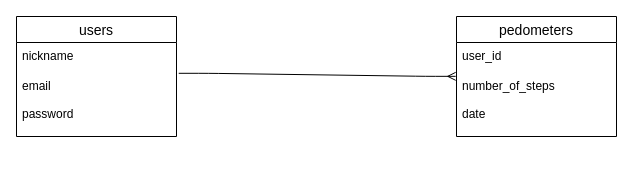
The draw.io diagram database.dio in shu-matsu09/walkaholic, before the edit. Source tidied: cells renumbered, new cells numbered last; positions are measured from the earlier drawing's top-left corner, leaving out a move shared by most shapes. Both pictures are drawn from the tidied source at 100%, with x=0, y=0 at pixel (16, 16).
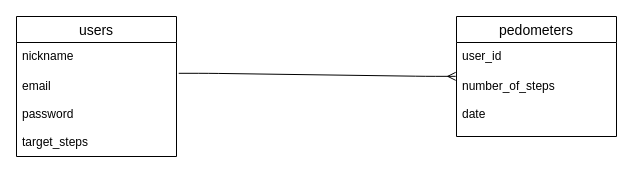
The same diagram, later.

Diff of the diagram source:
```diff
@@
 <mxGraphModel>
   <root>
     <mxCell id="0" />
     <mxCell id="1" parent="0" />
     <mxCell id="2" value="users" style="swimlane;fontStyle=0;horizontal=1;startSize=26;align=center;fontSize=14;rounded=0;sketch=0;" parent="1" vertex="1">
-      <mxGeometry width="160" height="120" as="geometry" />
+      <mxGeometry width="160" height="140" as="geometry" />
     </mxCell>
     <mxCell id="3" value="nickname" style="text;strokeColor=none;fillColor=none;spacingLeft=4;spacingRight=4;overflow=hidden;points=[[0,0.5],[1,0.5]];portConstraint=eastwest;fontSize=12;" parent="2" vertex="1">
       <mxGeometry y="26" width="160" height="30" as="geometry" />
     </mxCell>
-    <mxCell id="4" value="email&#10;&#10;password" style="text;strokeColor=none;fillColor=none;spacingLeft=4;spacingRight=4;overflow=hidden;fontSize=12;" parent="2" vertex="1">
-      <mxGeometry y="56" width="160" height="64" as="geometry" />
+    <mxCell id="4" value="email&#10;&#10;password&#10;&#10;target_steps" style="text;strokeColor=none;fillColor=none;spacingLeft=4;spacingRight=4;overflow=hidden;fontSize=12;" parent="2" vertex="1">
+      <mxGeometry y="56" width="160" height="84" as="geometry" />
     </mxCell>
     <mxCell id="5" value="pedometers" style="swimlane;fontStyle=0;horizontal=1;startSize=26;align=center;fontSize=14;rounded=0;sketch=0;" parent="1" vertex="1">
       <mxGeometry x="440" width="160" height="120" as="geometry" />
     </mxCell>
     <mxCell id="6" value="user_id" style="text;strokeColor=none;fillColor=none;spacingLeft=4;spacingRight=4;overflow=hidden;fontSize=12;" parent="5" vertex="1">
       <mxGeometry y="26" width="160" height="30" as="geometry" />
     </mxCell>
     <mxCell id="7" value="number_of_steps&#10;&#10;date" style="text;strokeColor=none;fillColor=none;spacingLeft=4;spacingRight=4;overflow=hidden;points=[[0,0.5],[1,0.5]];portConstraint=eastwest;fontSize=12;" parent="5" vertex="1">
       <mxGeometry y="56" width="160" height="64" as="geometry" />
     </mxCell>
     <mxCell id="8" style="edgeStyle=entityRelationEdgeStyle;fontSize=12;html=1;endArrow=ERmany;entryX=-0.005;entryY=0.06;entryDx=0;entryDy=0;entryPerimeter=0;exitX=1.014;exitY=1.027;exitDx=0;exitDy=0;exitPerimeter=0;" parent="1" edge="1" source="3" target="7">
       <mxGeometry relative="1" as="geometry" />
     </mxCell>
   </root>
 </mxGraphModel>
```
